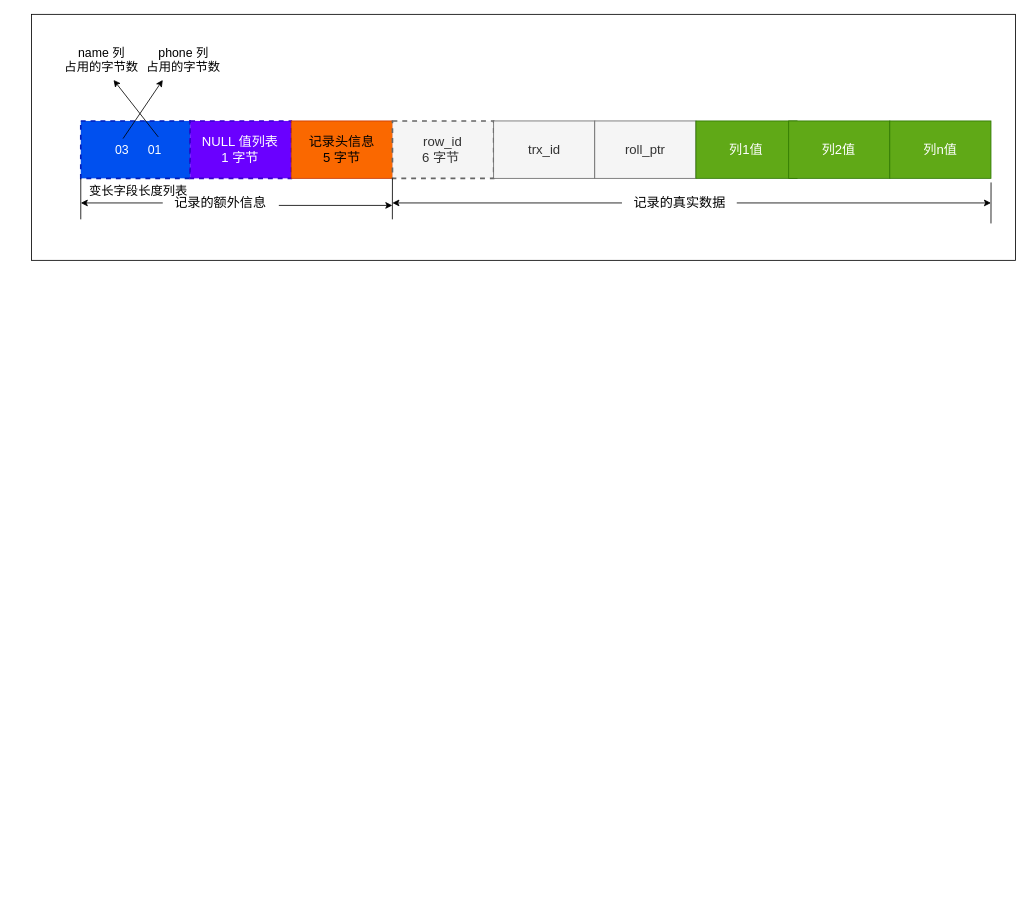
Before: mysql/row_format/变长字段长度列表.drawio in xiaolincoder/ImageHost4, a draw.io diagram. Source tidied: cells renumbered, new cells numbered last; positions are measured from the earlier drawing's top-left corner, leaving out a move shared by most shapes. Both pictures are drawn from the tidied source at 82%, with x=0, y=0 at pixel (31, 14).
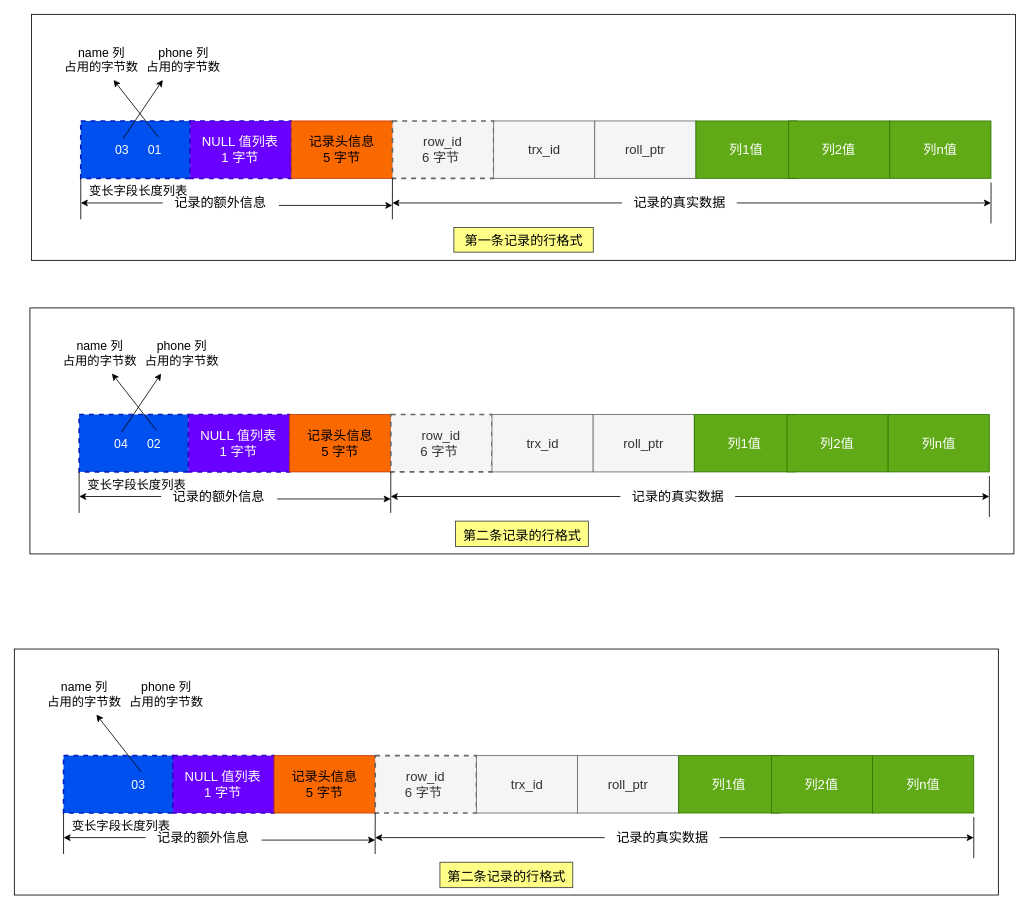
The same diagram, later.

Commit message (it also covers changes not shown here):
更新变长字段长度列表.drawio

Diff of the diagram source:
```diff
@@
+    <mxCell id="28" value="&lt;span style=&quot;caret-color: rgb(184, 191, 198); font-family: &amp;quot;Helvetica Neue&amp;quot;, Helvetica, Arial, sans-serif; font-size: 16px; orphans: 4; text-align: start; text-size-adjust: auto;&quot;&gt;第一条记录的行格式&lt;/span&gt;" style="text;html=1;align=center;verticalAlign=middle;strokeColor=#36393d;fillColor=#ffff88;fontSize=15;labelBackgroundColor=none;" parent="1" vertex="1">
+      <mxGeometry x="515" y="260" width="170" height="30" as="geometry" />
+    </mxCell>
+    <mxCell id="29" style="rounded=0;whiteSpace=wrap;html=1;labelBackgroundColor=none;fontSize=15;fontColor=#FFFFFF;" parent="1" vertex="1">
+      <mxGeometry x="-2" y="358" width="1200" height="300" as="geometry" />
+    </mxCell>
+    <mxCell id="30" style="rounded=0;whiteSpace=wrap;html=1;dashed=1;fontSize=16;strokeWidth=2;fillColor=#0050ef;fontColor=#ffffff;strokeColor=#001DBC;" parent="1" vertex="1">
+      <mxGeometry x="58" y="488" width="133.4" height="70" as="geometry" />
+    </mxCell>
+    <mxCell id="31" value="NULL 值列表&lt;br style=&quot;font-size: 16px;&quot;&gt;1 字节" style="rounded=0;whiteSpace=wrap;html=1;dashed=1;fontSize=16;strokeWidth=2;fillColor=#6a00ff;fontColor=#ffffff;strokeColor=#3700CC;" parent="1" vertex="1">
+      <mxGeometry x="191.4" y="488" width="123.4" height="70" as="geometry" />
+    </mxCell>
+    <mxCell id="32" value="记录头信息&lt;br style=&quot;font-size: 16px;&quot;&gt;5 字节" style="rounded=0;whiteSpace=wrap;html=1;fontSize=16;fillColor=#fa6800;fontColor=#000000;strokeColor=#C73500;" parent="1" vertex="1">
+      <mxGeometry x="314.7" y="488" width="123.4" height="70" as="geometry" />
+    </mxCell>
+    <mxCell id="33" value="row_id&lt;br style=&quot;font-size: 16px;&quot;&gt;6 字节&amp;nbsp;" style="rounded=0;whiteSpace=wrap;html=1;dashed=1;fontSize=16;fillColor=#f5f5f5;fontColor=#333333;strokeColor=#666666;strokeWidth=2;" parent="1" vertex="1">
+      <mxGeometry x="438.1" y="488" width="123.4" height="70" as="geometry" />
+    </mxCell>
+    <mxCell id="34" value="trx_id" style="rounded=0;whiteSpace=wrap;html=1;fontSize=16;fillColor=#f5f5f5;fontColor=#333333;strokeColor=#666666;" parent="1" vertex="1">
+      <mxGeometry x="561.5" y="488" width="123.4" height="70" as="geometry" />
+    </mxCell>
+    <mxCell id="35" value="roll_ptr" style="rounded=0;whiteSpace=wrap;html=1;fontSize=16;fillColor=#f5f5f5;fontColor=#333333;strokeColor=#666666;" parent="1" vertex="1">
+      <mxGeometry x="684.8" y="488" width="123.4" height="70" as="geometry" />
+    </mxCell>
+    <mxCell id="36" value="列1值" style="rounded=0;whiteSpace=wrap;html=1;fontSize=16;fillColor=#60a917;fontColor=#ffffff;strokeColor=#2D7600;" parent="1" vertex="1">
+      <mxGeometry x="808.2" y="488" width="123.4" height="70" as="geometry" />
+    </mxCell>
+    <mxCell id="37" value="列2值" style="rounded=0;whiteSpace=wrap;html=1;fontSize=16;fillColor=#60a917;fontColor=#ffffff;strokeColor=#2D7600;" parent="1" vertex="1">
+      <mxGeometry x="921.3" y="488" width="123.4" height="70" as="geometry" />
+    </mxCell>
+    <mxCell id="38" value="列n值" style="rounded=0;whiteSpace=wrap;html=1;fontSize=16;fillColor=#60a917;fontColor=#ffffff;strokeColor=#2D7600;" parent="1" vertex="1">
+      <mxGeometry x="1044.6" y="488" width="123.4" height="70" as="geometry" />
+    </mxCell>
+    <mxCell id="39" style="endArrow=none;html=1;rounded=0;fontSize=16;entryX=0;entryY=1;entryDx=0;entryDy=0;" parent="1" edge="1" target="30">
+      <mxGeometry relative="1" as="geometry">
+        <mxPoint x="58" y="608" as="sourcePoint" />
+      </mxGeometry>
+    </mxCell>
+    <mxCell id="40" style="endArrow=none;html=1;rounded=0;fontSize=16;entryX=1;entryY=1;entryDx=0;entryDy=0;" parent="1" edge="1" target="32">
+      <mxGeometry relative="1" as="geometry">
+        <mxPoint x="438" y="608" as="sourcePoint" />
+      </mxGeometry>
+    </mxCell>
+    <mxCell id="41" value="记录的额外信息" style="text;html=1;align=center;verticalAlign=middle;points=[];strokeColor=none;fillColor=none;fontSize=16;" parent="1" vertex="1">
+      <mxGeometry x="158" y="573" width="140" height="30" as="geometry" />
+    </mxCell>
+    <mxCell id="42" style="endArrow=none;html=1;rounded=0;fontSize=16;entryX=1;entryY=1;entryDx=0;entryDy=0;" parent="1" edge="1">
+      <mxGeometry relative="1" as="geometry">
+        <mxPoint x="1168" y="613" as="sourcePoint" />
+        <mxPoint x="1168.1" y="563" as="targetPoint" />
+      </mxGeometry>
+    </mxCell>
+    <mxCell id="43" value="记录的真实数据" style="text;html=1;align=center;verticalAlign=middle;points=[];strokeColor=none;fillColor=none;fontSize=16;" parent="1" vertex="1">
+      <mxGeometry x="718" y="573" width="140" height="30" as="geometry" />
+    </mxCell>
+    <mxCell id="44" style="endArrow=classic;html=1;rounded=0;fontSize=16;exitX=1.011;exitY=0.6;exitDx=0;exitDy=0;exitPerimeter=0;" parent="1" edge="1" source="41">
+      <mxGeometry relative="1" as="geometry">
+        <mxPoint x="438" y="591" as="targetPoint" />
+      </mxGeometry>
+    </mxCell>
+    <mxCell id="45" style="endArrow=classic;html=1;rounded=0;fontSize=16;" parent="1" edge="1" source="41">
+      <mxGeometry relative="1" as="geometry">
+        <mxPoint x="58" y="588" as="targetPoint" />
+      </mxGeometry>
+    </mxCell>
+    <mxCell id="46" style="endArrow=classic;html=1;rounded=0;fontSize=16;" parent="1" edge="1" source="43">
+      <mxGeometry relative="1" as="geometry">
+        <mxPoint x="438" y="588" as="targetPoint" />
+      </mxGeometry>
+    </mxCell>
+    <mxCell id="47" style="endArrow=classic;html=1;rounded=0;fontSize=16;" parent="1" edge="1" source="43">
+      <mxGeometry relative="1" as="geometry">
+        <mxPoint x="1168" y="588" as="targetPoint" />
+      </mxGeometry>
+    </mxCell>
+    <mxCell id="48" value="变长字段长度列表" style="text;html=1;align=center;verticalAlign=middle;strokeColor=none;fillColor=none;fontSize=15;" parent="1" vertex="1">
+      <mxGeometry x="58" y="558" width="140" height="30" as="geometry" />
+    </mxCell>
+    <mxCell id="49" style="endArrow=classic;html=1;rounded=0;fontSize=15;fontColor=#FFFFFF;exitX=0.538;exitY=0.05;exitDx=0;exitDy=0;exitPerimeter=0;" parent="1" edge="1" source="50">
+      <mxGeometry relative="1" as="geometry">
+        <mxPoint x="158" y="438" as="targetPoint" />
+      </mxGeometry>
+    </mxCell>
+    <mxCell id="50" value="04" style="text;html=1;align=center;verticalAlign=middle;points=[];strokeColor=none;fillColor=none;fontSize=15;fontColor=#FFFFFF;labelBackgroundColor=none;" parent="1" vertex="1">
+      <mxGeometry x="91" y="508" width="35" height="30" as="geometry" />
+    </mxCell>
+    <mxCell id="51" value="02" style="text;html=1;align=center;verticalAlign=middle;points=[];strokeColor=none;fillColor=none;fontSize=15;fontColor=#FFFFFF;labelBackgroundColor=none;" parent="1" vertex="1">
+      <mxGeometry x="131" y="508" width="35" height="30" as="geometry" />
+    </mxCell>
+    <mxCell id="52" value="phone 列&lt;br&gt;占用的字节数" style="text;html=1;align=center;verticalAlign=middle;strokeColor=none;fillColor=none;fontSize=15;fontColor=#000000;labelBackgroundColor=none;" parent="1" vertex="1">
+      <mxGeometry x="128" y="388" width="110" height="50" as="geometry" />
+    </mxCell>
+    <mxCell id="53" style="endArrow=classic;html=1;rounded=0;fontSize=15;fontColor=#000000;exitX=0.613;exitY=-0.017;exitDx=0;exitDy=0;exitPerimeter=0;" parent="1" edge="1" source="51">
+      <mxGeometry relative="1" as="geometry">
+        <mxPoint x="98" y="438" as="targetPoint" />
+      </mxGeometry>
+    </mxCell>
+    <mxCell id="54" value="name 列&lt;br&gt;占用的字节数" style="text;html=1;align=center;verticalAlign=middle;strokeColor=none;fillColor=none;fontSize=15;fontColor=#000000;labelBackgroundColor=none;" parent="1" vertex="1">
+      <mxGeometry x="28" y="388" width="110" height="50" as="geometry" />
+    </mxCell>
+    <mxCell id="55" value="&lt;span style=&quot;caret-color: rgb(184, 191, 198); font-family: &amp;quot;Helvetica Neue&amp;quot;, Helvetica, Arial, sans-serif; font-size: 16px; orphans: 4; text-align: start; text-size-adjust: auto;&quot;&gt;第二条记录的行格式&lt;/span&gt;" style="text;html=1;align=center;verticalAlign=middle;strokeColor=#36393d;fillColor=#ffff88;fontSize=15;labelBackgroundColor=none;" parent="1" vertex="1">
+      <mxGeometry x="517" y="618" width="162" height="31" as="geometry" />
+    </mxCell>
+    <mxCell id="56" style="rounded=0;whiteSpace=wrap;html=1;labelBackgroundColor=none;fontSize=15;fontColor=#FFFFFF;" parent="1" vertex="1">
+      <mxGeometry x="-21" y="774" width="1200" height="300" as="geometry" />
+    </mxCell>
+    <mxCell id="57" style="rounded=0;whiteSpace=wrap;html=1;dashed=1;fontSize=16;strokeWidth=2;fillColor=#0050ef;fontColor=#ffffff;strokeColor=#001DBC;" parent="1" vertex="1">
+      <mxGeometry x="39" y="904" width="133.4" height="70" as="geometry" />
+    </mxCell>
+    <mxCell id="58" value="NULL 值列表&lt;br style=&quot;font-size: 16px;&quot;&gt;1 字节" style="rounded=0;whiteSpace=wrap;html=1;dashed=1;fontSize=16;strokeWidth=2;fillColor=#6a00ff;fontColor=#ffffff;strokeColor=#3700CC;" parent="1" vertex="1">
+      <mxGeometry x="172.4" y="904" width="123.4" height="70" as="geometry" />
+    </mxCell>
+    <mxCell id="59" value="记录头信息&lt;br style=&quot;font-size: 16px;&quot;&gt;5 字节" style="rounded=0;whiteSpace=wrap;html=1;fontSize=16;fillColor=#fa6800;fontColor=#000000;strokeColor=#C73500;" parent="1" vertex="1">
+      <mxGeometry x="295.7" y="904" width="123.4" height="70" as="geometry" />
+    </mxCell>
+    <mxCell id="60" value="row_id&lt;br style=&quot;font-size: 16px;&quot;&gt;6 字节&amp;nbsp;" style="rounded=0;whiteSpace=wrap;html=1;dashed=1;fontSize=16;fillColor=#f5f5f5;fontColor=#333333;strokeColor=#666666;strokeWidth=2;" parent="1" vertex="1">
+      <mxGeometry x="419.1" y="904" width="123.4" height="70" as="geometry" />
+    </mxCell>
+    <mxCell id="61" value="trx_id" style="rounded=0;whiteSpace=wrap;html=1;fontSize=16;fillColor=#f5f5f5;fontColor=#333333;strokeColor=#666666;" parent="1" vertex="1">
+      <mxGeometry x="542.5" y="904" width="123.4" height="70" as="geometry" />
+    </mxCell>
+    <mxCell id="62" value="roll_ptr" style="rounded=0;whiteSpace=wrap;html=1;fontSize=16;fillColor=#f5f5f5;fontColor=#333333;strokeColor=#666666;" parent="1" vertex="1">
+      <mxGeometry x="665.8" y="904" width="123.4" height="70" as="geometry" />
+    </mxCell>
+    <mxCell id="63" value="列1值" style="rounded=0;whiteSpace=wrap;html=1;fontSize=16;fillColor=#60a917;fontColor=#ffffff;strokeColor=#2D7600;" parent="1" vertex="1">
+      <mxGeometry x="789.2" y="904" width="123.4" height="70" as="geometry" />
+    </mxCell>
+    <mxCell id="64" value="列2值" style="rounded=0;whiteSpace=wrap;html=1;fontSize=16;fillColor=#60a917;fontColor=#ffffff;strokeColor=#2D7600;" parent="1" vertex="1">
+      <mxGeometry x="902.3" y="904" width="123.4" height="70" as="geometry" />
+    </mxCell>
+    <mxCell id="65" value="列n值" style="rounded=0;whiteSpace=wrap;html=1;fontSize=16;fillColor=#60a917;fontColor=#ffffff;strokeColor=#2D7600;" parent="1" vertex="1">
+      <mxGeometry x="1025.6" y="904" width="123.4" height="70" as="geometry" />
+    </mxCell>
+    <mxCell id="66" style="endArrow=none;html=1;rounded=0;fontSize=16;entryX=0;entryY=1;entryDx=0;entryDy=0;" parent="1" edge="1" target="57">
+      <mxGeometry relative="1" as="geometry">
+        <mxPoint x="39" y="1024" as="sourcePoint" />
+      </mxGeometry>
+    </mxCell>
+    <mxCell id="67" style="endArrow=none;html=1;rounded=0;fontSize=16;entryX=1;entryY=1;entryDx=0;entryDy=0;" parent="1" edge="1" target="59">
+      <mxGeometry relative="1" as="geometry">
+        <mxPoint x="419" y="1024" as="sourcePoint" />
+      </mxGeometry>
+    </mxCell>
+    <mxCell id="68" value="记录的额外信息" style="text;html=1;align=center;verticalAlign=middle;points=[];strokeColor=none;fillColor=none;fontSize=16;" parent="1" vertex="1">
+      <mxGeometry x="139" y="989" width="140" height="30" as="geometry" />
+    </mxCell>
+    <mxCell id="69" style="endArrow=none;html=1;rounded=0;fontSize=16;entryX=1;entryY=1;entryDx=0;entryDy=0;" parent="1" edge="1">
+      <mxGeometry relative="1" as="geometry">
+        <mxPoint x="1149" y="1029" as="sourcePoint" />
+        <mxPoint x="1149.1" y="979" as="targetPoint" />
+      </mxGeometry>
+    </mxCell>
+    <mxCell id="70" value="记录的真实数据" style="text;html=1;align=center;verticalAlign=middle;points=[];strokeColor=none;fillColor=none;fontSize=16;" parent="1" vertex="1">
+      <mxGeometry x="699" y="989" width="140" height="30" as="geometry" />
+    </mxCell>
+    <mxCell id="71" style="endArrow=classic;html=1;rounded=0;fontSize=16;exitX=1.011;exitY=0.6;exitDx=0;exitDy=0;exitPerimeter=0;" parent="1" edge="1" source="68">
+      <mxGeometry relative="1" as="geometry">
+        <mxPoint x="419" y="1007" as="targetPoint" />
+      </mxGeometry>
+    </mxCell>
+    <mxCell id="72" style="endArrow=classic;html=1;rounded=0;fontSize=16;" parent="1" edge="1" source="68">
+      <mxGeometry relative="1" as="geometry">
+        <mxPoint x="39" y="1004" as="targetPoint" />
+      </mxGeometry>
+    </mxCell>
+    <mxCell id="73" style="endArrow=classic;html=1;rounded=0;fontSize=16;" parent="1" edge="1" source="70">
+      <mxGeometry relative="1" as="geometry">
+        <mxPoint x="419" y="1004" as="targetPoint" />
+      </mxGeometry>
+    </mxCell>
+    <mxCell id="74" style="endArrow=classic;html=1;rounded=0;fontSize=16;" parent="1" edge="1" source="70">
+      <mxGeometry relative="1" as="geometry">
+        <mxPoint x="1149" y="1004" as="targetPoint" />
+      </mxGeometry>
+    </mxCell>
+    <mxCell id="75" value="变长字段长度列表" style="text;html=1;align=center;verticalAlign=middle;strokeColor=none;fillColor=none;fontSize=15;" parent="1" vertex="1">
+      <mxGeometry x="39" y="974" width="140" height="30" as="geometry" />
+    </mxCell>
+    <mxCell id="76" value="03" style="text;html=1;align=center;verticalAlign=middle;points=[];strokeColor=none;fillColor=none;fontSize=15;fontColor=#FFFFFF;labelBackgroundColor=none;" parent="1" vertex="1">
+      <mxGeometry x="112" y="924" width="35" height="30" as="geometry" />
+    </mxCell>
+    <mxCell id="77" value="phone 列&lt;br&gt;占用的字节数" style="text;html=1;align=center;verticalAlign=middle;strokeColor=none;fillColor=none;fontSize=15;fontColor=#000000;labelBackgroundColor=none;" parent="1" vertex="1">
+      <mxGeometry x="109" y="804" width="110" height="50" as="geometry" />
+    </mxCell>
+    <mxCell id="78" style="endArrow=classic;html=1;rounded=0;fontSize=15;fontColor=#000000;exitX=0.613;exitY=-0.017;exitDx=0;exitDy=0;exitPerimeter=0;" parent="1" edge="1" source="76">
+      <mxGeometry relative="1" as="geometry">
+        <mxPoint x="79" y="854" as="targetPoint" />
+      </mxGeometry>
+    </mxCell>
+    <mxCell id="79" value="name 列&lt;br&gt;占用的字节数" style="text;html=1;align=center;verticalAlign=middle;strokeColor=none;fillColor=none;fontSize=15;fontColor=#000000;labelBackgroundColor=none;" parent="1" vertex="1">
+      <mxGeometry x="9" y="804" width="110" height="50" as="geometry" />
+    </mxCell>
+    <mxCell id="80" value="&lt;span style=&quot;caret-color: rgb(184, 191, 198); font-family: &amp;quot;Helvetica Neue&amp;quot;, Helvetica, Arial, sans-serif; font-size: 16px; orphans: 4; text-align: start; text-size-adjust: auto;&quot;&gt;第二条记录的行格式&lt;/span&gt;" style="text;html=1;align=center;verticalAlign=middle;strokeColor=#36393d;fillColor=#ffff88;fontSize=15;labelBackgroundColor=none;" parent="1" vertex="1">
+      <mxGeometry x="498" y="1034" width="162" height="31" as="geometry" />
+    </mxCell>
```
